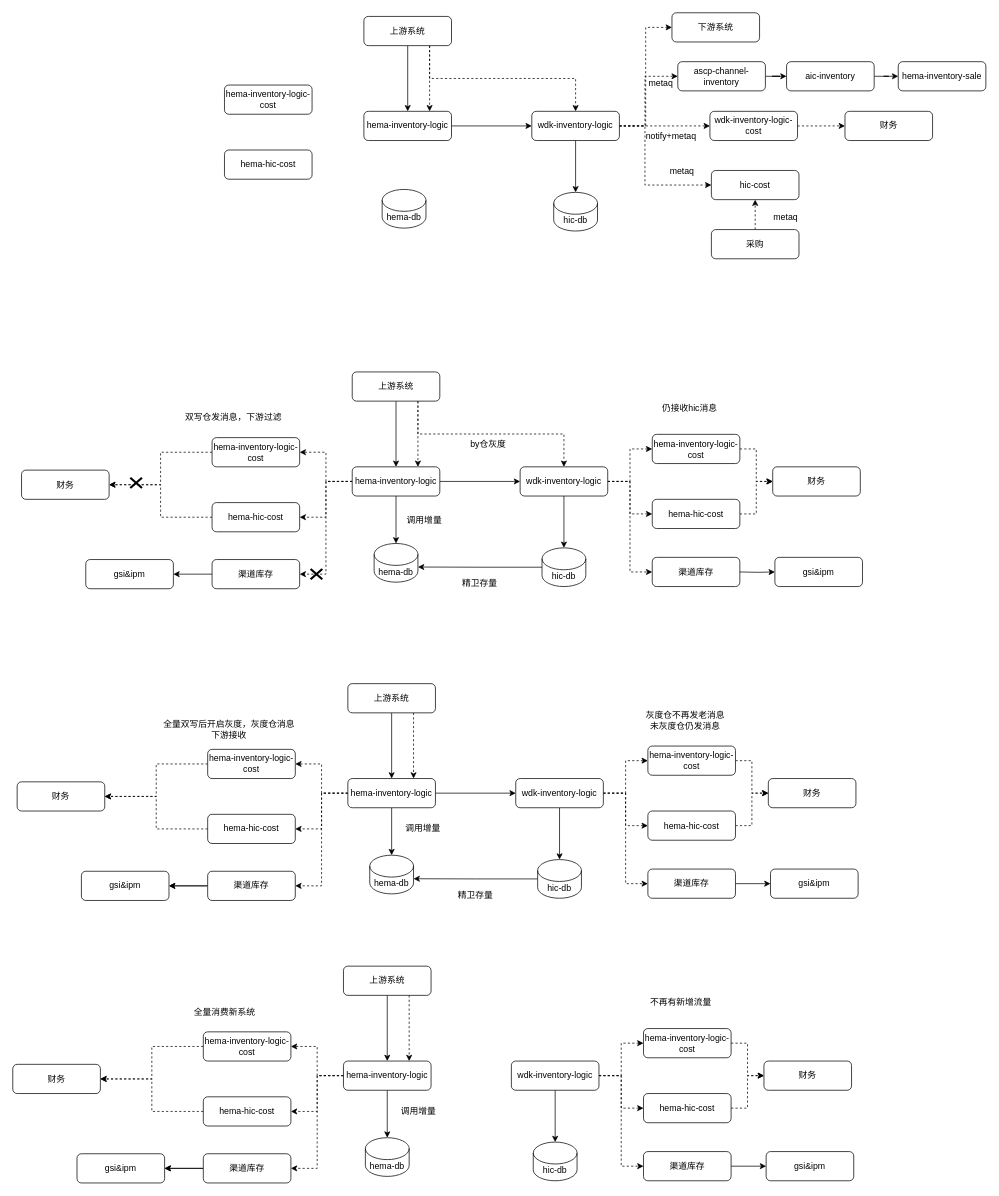
fine3qandyou/lte_study keeps this draw.io diagram as jiagou.drawio. Above is the earlier version. Source tidied: cells renumbered, new cells numbered last; positions are measured from the earlier drawing's top-left corner, leaving out a move shared by most shapes. Both pictures are drawn from the tidied source at 73%, with x=0, y=0 at pixel (12, 12).
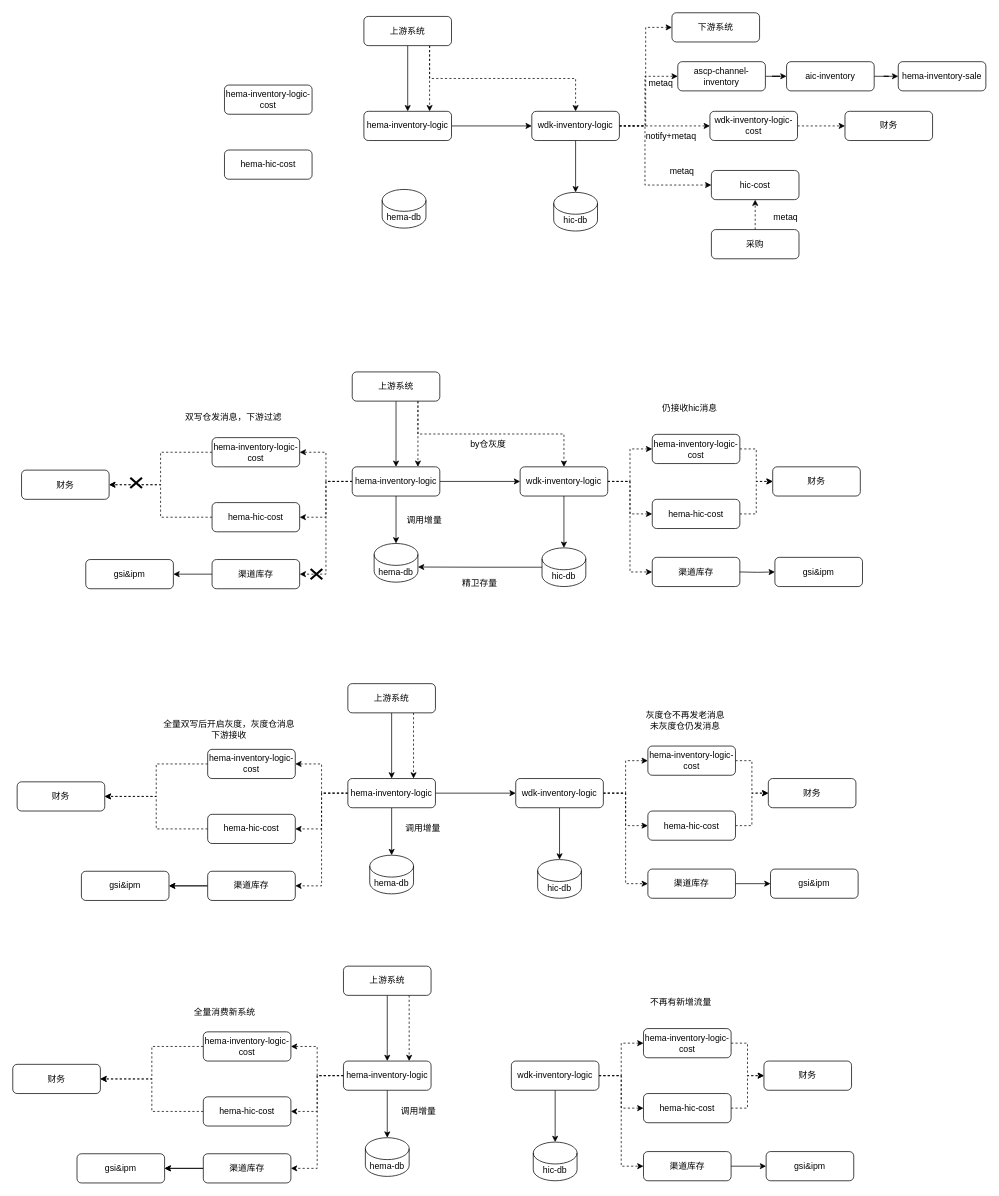
The same diagram, later.

Unchanged cells that the change refers to:
```xml
<mxCell id="88" value="hic-db" style="shape=cylinder3;whiteSpace=wrap;html=1;boundedLbl=1;backgroundOutline=1;size=15;" parent="1" vertex="1">
  <mxGeometry x="719" y="1160" width="60" height="53" as="geometry" />
</mxCell>
<mxCell id="89" value="hema-db" style="shape=cylinder3;whiteSpace=wrap;html=1;boundedLbl=1;backgroundOutline=1;size=15;" parent="1" vertex="1">
  <mxGeometry x="489" y="1154" width="60" height="53" as="geometry" />
</mxCell>
```

Change to the diagram source:
```diff
@@
-    <mxCell id="87" style="edgeStyle=orthogonalEdgeStyle;rounded=0;jettySize=auto;html=1;exitX=0;exitY=0.5;exitDx=0;exitDy=0;exitPerimeter=0;entryX=1;entryY=0;entryDx=0;entryDy=32.25;entryPerimeter=0;" parent="1" edge="1" source="88" target="89">
-      <mxGeometry relative="1" as="geometry" />
-    </mxCell>
@@
-    <mxCell id="90" value="精卫存量" style="text;html=1;strokeColor=none;fillColor=none;align=center;verticalAlign=middle;whiteSpace=wrap;rounded=0;" parent="1" vertex="1">
-      <mxGeometry x="604" y="1194" width="60" height="30" as="geometry" />
-    </mxCell>
```
